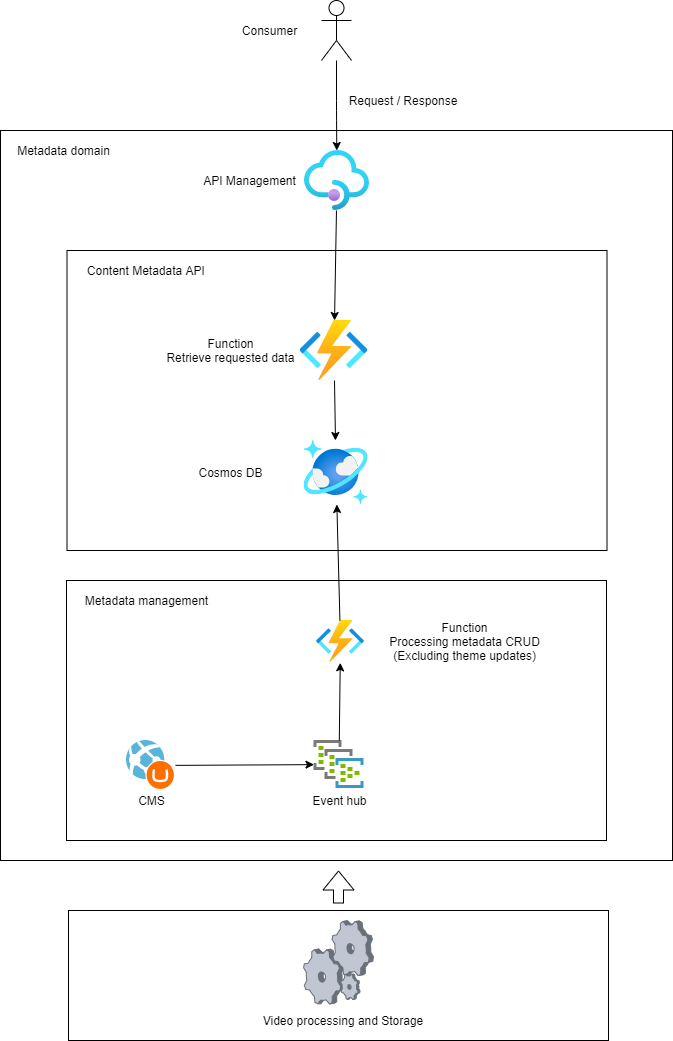
Earlier version of the draw.io export img/Architecture.png (mkyukov/content-metadata-api). Source tidied: cells renumbered, new cells last; positions are measured from the earlier drawing's top-left corner, leaving out a move shared by most shapes. The source it was exported from:
```xml
<mxGraphModel background="#FFFFFF">
  <root>
    <mxCell id="0" />
    <mxCell id="1" parent="0" />
    <mxCell id="2" style="rounded=0;whiteSpace=wrap;html=1;" parent="1" vertex="1">
      <mxGeometry y="130" width="672" height="730" as="geometry" />
    </mxCell>
    <mxCell id="3" style="rounded=0;whiteSpace=wrap;html=1;" parent="1" vertex="1">
      <mxGeometry x="66" y="580" width="540" height="260" as="geometry" />
    </mxCell>
    <mxCell id="4" style="rounded=0;whiteSpace=wrap;html=1;" parent="1" vertex="1">
      <mxGeometry x="66.5" y="250" width="540" height="300" as="geometry" />
    </mxCell>
    <mxCell id="5" style="endArrow=classic;html=1;" parent="1" edge="1" source="28" target="34">
      <mxGeometry relative="1" as="geometry" />
    </mxCell>
    <mxCell id="6" style="endArrow=classic;html=1;" parent="1" edge="1" source="34" target="31">
      <mxGeometry relative="1" as="geometry" />
    </mxCell>
    <mxCell id="7" style="shape=umlActor;verticalLabelPosition=bottom;verticalAlign=top;html=1;outlineConnect=0;" parent="1" vertex="1">
      <mxGeometry x="321" width="30" height="60" as="geometry" />
    </mxCell>
    <mxCell id="8" style="endArrow=classic;html=1;" parent="1" edge="1" source="7" target="28">
      <mxGeometry relative="1" as="geometry">
        <Array as="points">
          <mxPoint x="336" y="110" />
        </Array>
      </mxGeometry>
    </mxCell>
    <mxCell id="9" value="Request / Response" style="text;html=1;strokeColor=none;fillColor=none;align=center;verticalAlign=middle;whiteSpace=wrap;rounded=0;" parent="1" vertex="1">
      <mxGeometry x="343" y="90" width="120" height="20" as="geometry" />
    </mxCell>
    <mxCell id="10" value="Content Metadata API&amp;nbsp;" style="text;html=1;align=center;verticalAlign=middle;strokeColor=none;" parent="1" vertex="1">
      <mxGeometry x="76.5" y="260" width="140" height="20" as="geometry" />
    </mxCell>
    <mxCell id="11" value="Consumer" style="text;html=1;align=center;verticalAlign=middle;strokeColor=none;" parent="1" vertex="1">
      <mxGeometry x="233.5" y="20" width="70" height="20" as="geometry" />
    </mxCell>
    <mxCell id="12" style="group;" parent="1" vertex="1">
      <mxGeometry x="303.5" y="740" width="70" height="70" as="geometry" />
    </mxCell>
    <mxCell id="13" style="group;" parent="12" vertex="1">
      <mxGeometry width="70" height="70" as="geometry" />
    </mxCell>
    <mxCell id="14" value="Event hub" style="text;html=1;align=center;verticalAlign=middle;strokeColor=none;" parent="13" vertex="1">
      <mxGeometry y="50" width="70" height="20" as="geometry" />
    </mxCell>
    <mxCell id="15" style="html=1;points=[];align=center;image;fontSize=12;image=img/lib/mscae/Dedicated_Event_Hub.svg;" parent="13" vertex="1">
      <mxGeometry x="10" width="50" height="48" as="geometry" />
    </mxCell>
    <mxCell id="16" style="group;" parent="1" vertex="1">
      <mxGeometry x="126" y="740" width="49" height="70" as="geometry" />
    </mxCell>
    <mxCell id="17" style="group;" parent="16" vertex="1">
      <mxGeometry width="49" height="70" as="geometry" />
    </mxCell>
    <mxCell id="18" value="CMS" style="text;html=1;align=center;verticalAlign=middle;strokeColor=none;" parent="17" vertex="1">
      <mxGeometry x="4.5" y="50" width="40" height="20" as="geometry" />
    </mxCell>
    <mxCell id="19" style="html=1;points=[];align=center;image;fontSize=12;image=img/lib/mscae/WebAppUmbraco.svg;" parent="16" vertex="1">
      <mxGeometry width="49" height="50" as="geometry" />
    </mxCell>
    <mxCell id="20" style="endArrow=classic;html=1;" parent="1" edge="1" source="19" target="15">
      <mxGeometry relative="1" as="geometry" />
    </mxCell>
    <mxCell id="21" style="group;" parent="1" vertex="1">
      <mxGeometry x="316" y="620" width="237.5" height="46.2" as="geometry" />
    </mxCell>
    <mxCell id="22" value="Function&lt;br&gt;Processing metadata CRUD&lt;br&gt;(Excluding theme updates)" style="text;html=1;align=center;verticalAlign=middle;strokeColor=none;" parent="21" vertex="1">
      <mxGeometry x="62.5" y="-3.8" width="170" height="50" as="geometry" />
    </mxCell>
    <mxCell id="23" style="html=1;points=[];align=center;image;fontSize=12;image=img/lib/azure2/compute/Function_Apps.svg;" parent="21" vertex="1">
      <mxGeometry width="48" height="42.4" as="geometry" />
    </mxCell>
    <mxCell id="24" style="endArrow=classic;html=1;" parent="1" edge="1" source="15" target="23">
      <mxGeometry relative="1" as="geometry" />
    </mxCell>
    <mxCell id="25" style="endArrow=classic;html=1;" parent="1" edge="1" source="23" target="31">
      <mxGeometry relative="1" as="geometry" />
    </mxCell>
    <mxCell id="26" value="Metadata management" style="text;html=1;align=center;verticalAlign=middle;strokeColor=none;" parent="1" vertex="1">
      <mxGeometry x="76" y="590" width="140" height="20" as="geometry" />
    </mxCell>
    <mxCell id="27" style="group;" parent="1" vertex="1">
      <mxGeometry x="193.5" y="150" width="175.5" height="60" as="geometry" />
    </mxCell>
    <mxCell id="28" style="html=1;points=[];align=center;image;fontSize=12;image=img/lib/azure2/integration/API_Management_Services.svg;" parent="27" vertex="1">
      <mxGeometry x="110.5" width="65" height="60" as="geometry" />
    </mxCell>
    <mxCell id="29" value="API Management&lt;br&gt;" style="text;html=1;align=center;verticalAlign=middle;strokeColor=none;" parent="27" vertex="1">
      <mxGeometry y="20" width="110" height="20" as="geometry" />
    </mxCell>
    <mxCell id="30" style="group;" parent="1" vertex="1">
      <mxGeometry x="189.5" y="440" width="178" height="64" as="geometry" />
    </mxCell>
    <mxCell id="31" style="html=1;points=[];align=center;image;fontSize=12;image=img/lib/azure2/databases/Azure_Cosmos_DB.svg;" parent="30" vertex="1">
      <mxGeometry x="114" width="64" height="64" as="geometry" />
    </mxCell>
    <mxCell id="32" value="Cosmos DB" style="text;html=1;align=center;verticalAlign=middle;strokeColor=none;" parent="30" vertex="1">
      <mxGeometry y="22" width="80" height="20" as="geometry" />
    </mxCell>
    <mxCell id="33" style="group;" parent="1" vertex="1">
      <mxGeometry x="159.5" y="320" width="208" height="60" as="geometry" />
    </mxCell>
    <mxCell id="34" style="html=1;points=[];align=center;image;fontSize=12;image=img/lib/azure2/compute/Function_Apps.svg;" parent="33" vertex="1">
      <mxGeometry x="140" width="68" height="60" as="geometry" />
    </mxCell>
    <mxCell id="35" value="Function&lt;br&gt;Retrieve requested data" style="text;html=1;align=center;verticalAlign=middle;strokeColor=none;" parent="33" vertex="1">
      <mxGeometry y="15" width="140" height="30" as="geometry" />
    </mxCell>
    <mxCell id="36" style="group;" parent="1" vertex="1">
      <mxGeometry x="68" y="910" width="540" height="130" as="geometry" />
    </mxCell>
    <mxCell id="37" style="rounded=0;whiteSpace=wrap;html=1;" parent="36" vertex="1">
      <mxGeometry width="540" height="130" as="geometry" />
    </mxCell>
    <mxCell id="38" value="Video processing and Storage" style="text;html=1;strokeColor=none;fillColor=none;align=center;verticalAlign=middle;whiteSpace=wrap;rounded=0;" parent="36" vertex="1">
      <mxGeometry x="175" y="100" width="200" height="20" as="geometry" />
    </mxCell>
    <mxCell id="39" style="verticalLabelPosition=bottom;html=1;verticalAlign=top;strokeColor=none;align=center;shape=mxgraph.citrix.process;" parent="36" vertex="1">
      <mxGeometry x="235" y="10" width="70" height="83.5" as="geometry" />
    </mxCell>
    <mxCell id="40" style="shape=flexArrow;endArrow=classic;html=1;" parent="1" edge="1">
      <mxGeometry relative="1" as="geometry">
        <mxPoint x="338" y="903" as="sourcePoint" />
        <mxPoint x="338" y="870" as="targetPoint" />
      </mxGeometry>
    </mxCell>
    <mxCell id="41" value="Metadata domain" style="text;html=1;align=center;verticalAlign=middle;strokeColor=none;" parent="1" vertex="1">
      <mxGeometry x="8" y="140" width="110" height="20" as="geometry" />
    </mxCell>
  </root>
</mxGraphModel>
```
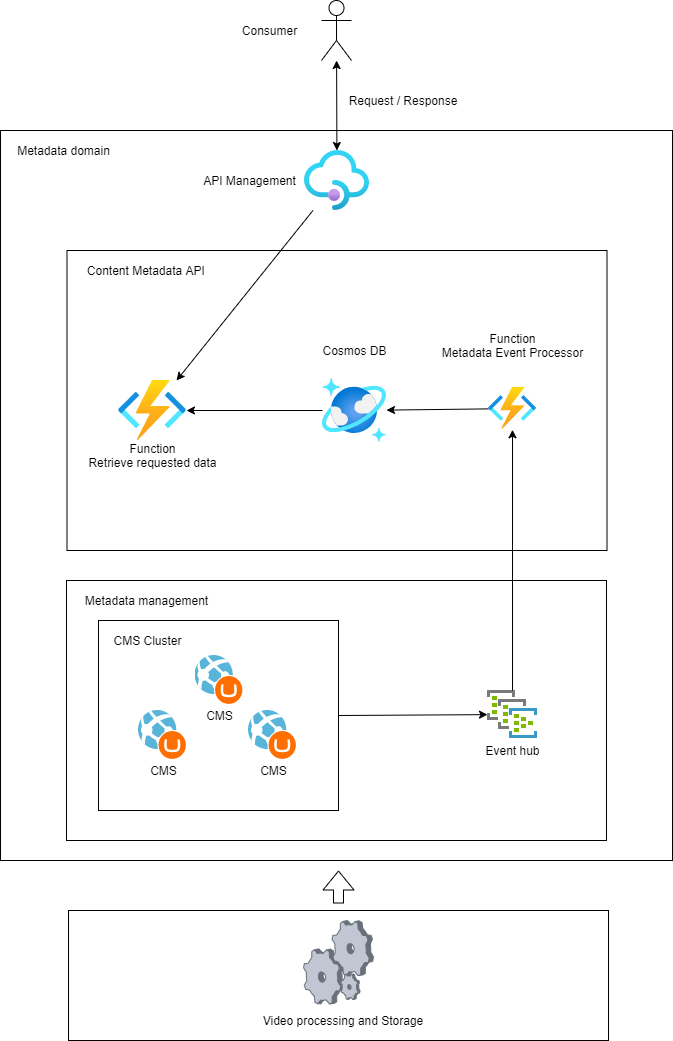
Later version of the same file.

The edit, as a diff of the source:
```diff
@@ -14,19 +14,9 @@
     <mxCell id="5" style="endArrow=classic;html=1;" parent="1" edge="1" source="28" target="34">
       <mxGeometry relative="1" as="geometry" />
     </mxCell>
-    <mxCell id="6" style="endArrow=classic;html=1;" parent="1" edge="1" source="34" target="31">
-      <mxGeometry relative="1" as="geometry" />
-    </mxCell>
     <mxCell id="7" style="shape=umlActor;verticalLabelPosition=bottom;verticalAlign=top;html=1;outlineConnect=0;" parent="1" vertex="1">
       <mxGeometry x="321" width="30" height="60" as="geometry" />
     </mxCell>
-    <mxCell id="8" style="endArrow=classic;html=1;" parent="1" edge="1" source="7" target="28">
-      <mxGeometry relative="1" as="geometry">
-        <Array as="points">
-          <mxPoint x="336" y="110" />
-        </Array>
-      </mxGeometry>
-    </mxCell>
     <mxCell id="9" value="Request / Response" style="text;html=1;strokeColor=none;fillColor=none;align=center;verticalAlign=middle;whiteSpace=wrap;rounded=0;" parent="1" vertex="1">
       <mxGeometry x="343" y="90" width="120" height="20" as="geometry" />
     </mxCell>
@@ -37,7 +27,7 @@
       <mxGeometry x="233.5" y="20" width="70" height="20" as="geometry" />
     </mxCell>
     <mxCell id="12" style="group;" parent="1" vertex="1">
-      <mxGeometry x="303.5" y="740" width="70" height="70" as="geometry" />
+      <mxGeometry x="477" y="690" width="70" height="70" as="geometry" />
     </mxCell>
     <mxCell id="13" style="group;" parent="12" vertex="1">
       <mxGeometry width="70" height="70" as="geometry" />
@@ -48,30 +38,6 @@
     <mxCell id="15" style="html=1;points=[];align=center;image;fontSize=12;image=img/lib/mscae/Dedicated_Event_Hub.svg;" parent="13" vertex="1">
       <mxGeometry x="10" width="50" height="48" as="geometry" />
     </mxCell>
-    <mxCell id="16" style="group;" parent="1" vertex="1">
-      <mxGeometry x="126" y="740" width="49" height="70" as="geometry" />
-    </mxCell>
-    <mxCell id="17" style="group;" parent="16" vertex="1">
-      <mxGeometry width="49" height="70" as="geometry" />
-    </mxCell>
-    <mxCell id="18" value="CMS" style="text;html=1;align=center;verticalAlign=middle;strokeColor=none;" parent="17" vertex="1">
-      <mxGeometry x="4.5" y="50" width="40" height="20" as="geometry" />
-    </mxCell>
-    <mxCell id="19" style="html=1;points=[];align=center;image;fontSize=12;image=img/lib/mscae/WebAppUmbraco.svg;" parent="16" vertex="1">
-      <mxGeometry width="49" height="50" as="geometry" />
-    </mxCell>
-    <mxCell id="20" style="endArrow=classic;html=1;" parent="1" edge="1" source="19" target="15">
-      <mxGeometry relative="1" as="geometry" />
-    </mxCell>
-    <mxCell id="21" style="group;" parent="1" vertex="1">
-      <mxGeometry x="316" y="620" width="237.5" height="46.2" as="geometry" />
-    </mxCell>
-    <mxCell id="22" value="Function&lt;br&gt;Processing metadata CRUD&lt;br&gt;(Excluding theme updates)" style="text;html=1;align=center;verticalAlign=middle;strokeColor=none;" parent="21" vertex="1">
-      <mxGeometry x="62.5" y="-3.8" width="170" height="50" as="geometry" />
-    </mxCell>
-    <mxCell id="23" style="html=1;points=[];align=center;image;fontSize=12;image=img/lib/azure2/compute/Function_Apps.svg;" parent="21" vertex="1">
-      <mxGeometry width="48" height="42.4" as="geometry" />
-    </mxCell>
     <mxCell id="24" style="endArrow=classic;html=1;" parent="1" edge="1" source="15" target="23">
       <mxGeometry relative="1" as="geometry" />
     </mxCell>
@@ -90,24 +56,6 @@
     <mxCell id="29" value="API Management&lt;br&gt;" style="text;html=1;align=center;verticalAlign=middle;strokeColor=none;" parent="27" vertex="1">
       <mxGeometry y="20" width="110" height="20" as="geometry" />
     </mxCell>
-    <mxCell id="30" style="group;" parent="1" vertex="1">
-      <mxGeometry x="189.5" y="440" width="178" height="64" as="geometry" />
-    </mxCell>
-    <mxCell id="31" style="html=1;points=[];align=center;image;fontSize=12;image=img/lib/azure2/databases/Azure_Cosmos_DB.svg;" parent="30" vertex="1">
-      <mxGeometry x="114" width="64" height="64" as="geometry" />
-    </mxCell>
-    <mxCell id="32" value="Cosmos DB" style="text;html=1;align=center;verticalAlign=middle;strokeColor=none;" parent="30" vertex="1">
-      <mxGeometry y="22" width="80" height="20" as="geometry" />
-    </mxCell>
-    <mxCell id="33" style="group;" parent="1" vertex="1">
-      <mxGeometry x="159.5" y="320" width="208" height="60" as="geometry" />
-    </mxCell>
-    <mxCell id="34" style="html=1;points=[];align=center;image;fontSize=12;image=img/lib/azure2/compute/Function_Apps.svg;" parent="33" vertex="1">
-      <mxGeometry x="140" width="68" height="60" as="geometry" />
-    </mxCell>
-    <mxCell id="35" value="Function&lt;br&gt;Retrieve requested data" style="text;html=1;align=center;verticalAlign=middle;strokeColor=none;" parent="33" vertex="1">
-      <mxGeometry y="15" width="140" height="30" as="geometry" />
-    </mxCell>
     <mxCell id="36" style="group;" parent="1" vertex="1">
       <mxGeometry x="68" y="910" width="540" height="130" as="geometry" />
     </mxCell>
@@ -129,5 +77,77 @@
     <mxCell id="41" value="Metadata domain" style="text;html=1;align=center;verticalAlign=middle;strokeColor=none;" parent="1" vertex="1">
       <mxGeometry x="8" y="140" width="110" height="20" as="geometry" />
     </mxCell>
+    <mxCell id="42" style="endArrow=classic;startArrow=classic;html=1;" parent="1" edge="1" source="28" target="7">
+      <mxGeometry relative="1" as="geometry" />
+    </mxCell>
+    <mxCell id="22" value="Function&lt;br&gt;Metadata Event Processor&lt;br&gt;" style="text;html=1;align=center;verticalAlign=middle;strokeColor=none;" parent="1" vertex="1">
+      <mxGeometry x="432" y="330" width="160" height="30" as="geometry" />
+    </mxCell>
+    <mxCell id="23" style="html=1;points=[];align=center;image;fontSize=12;image=img/lib/azure2/compute/Function_Apps.svg;" parent="1" vertex="1">
+      <mxGeometry x="488" y="386.9" width="48" height="42.4" as="geometry" />
+    </mxCell>
+    <mxCell id="31" style="html=1;points=[];align=center;image;fontSize=12;image=img/lib/azure2/databases/Azure_Cosmos_DB.svg;" parent="1" vertex="1">
+      <mxGeometry x="322" y="378" width="64" height="64" as="geometry" />
+    </mxCell>
+    <mxCell id="32" value="Cosmos DB" style="text;html=1;align=center;verticalAlign=middle;strokeColor=none;" parent="1" vertex="1">
+      <mxGeometry x="314" y="340" width="80" height="20" as="geometry" />
+    </mxCell>
+    <mxCell id="34" style="html=1;points=[];align=center;image;fontSize=12;image=img/lib/azure2/compute/Function_Apps.svg;" parent="1" vertex="1">
+      <mxGeometry x="118" y="380" width="68" height="60" as="geometry" />
+    </mxCell>
+    <mxCell id="35" value="Function&lt;br&gt;Retrieve requested data" style="text;html=1;align=center;verticalAlign=middle;strokeColor=none;" parent="1" vertex="1">
+      <mxGeometry x="82" y="440" width="140" height="30" as="geometry" />
+    </mxCell>
+    <mxCell id="43" style="group;" parent="1" vertex="1">
+      <mxGeometry x="98" y="620" width="240" height="190" as="geometry" />
+    </mxCell>
+    <mxCell id="44" style="rounded=0;whiteSpace=wrap;html=1;" parent="43" vertex="1">
+      <mxGeometry width="240" height="190" as="geometry" />
+    </mxCell>
+    <mxCell id="45" style="group;" parent="43" vertex="1">
+      <mxGeometry x="40" y="90" width="49" height="70" as="geometry" />
+    </mxCell>
+    <mxCell id="46" style="group;" parent="45" vertex="1">
+      <mxGeometry width="49" height="70" as="geometry" />
+    </mxCell>
+    <mxCell id="47" value="CMS" style="text;html=1;align=center;verticalAlign=middle;strokeColor=none;" parent="46" vertex="1">
+      <mxGeometry x="4.5" y="50" width="40" height="20" as="geometry" />
+    </mxCell>
+    <mxCell id="48" style="html=1;align=center;image;fontSize=12;image=img/lib/mscae/WebAppUmbraco.svg;" parent="45" vertex="1">
+      <mxGeometry width="49" height="50" as="geometry" />
+    </mxCell>
+    <mxCell id="49" style="group;" parent="43" vertex="1">
+      <mxGeometry x="150" y="90" width="49" height="70" as="geometry" />
+    </mxCell>
+    <mxCell id="50" style="group;" parent="49" vertex="1">
+      <mxGeometry width="49" height="70" as="geometry" />
+    </mxCell>
+    <mxCell id="51" value="CMS" style="text;html=1;align=center;verticalAlign=middle;strokeColor=none;" parent="50" vertex="1">
+      <mxGeometry x="4.5" y="50" width="40" height="20" as="geometry" />
+    </mxCell>
+    <mxCell id="52" style="html=1;align=center;image;fontSize=12;image=img/lib/mscae/WebAppUmbraco.svg;" parent="49" vertex="1">
+      <mxGeometry width="49" height="50" as="geometry" />
+    </mxCell>
+    <mxCell id="16" style="group;" parent="43" vertex="1">
+      <mxGeometry x="96.5" y="35" width="68" height="70" as="geometry" />
+    </mxCell>
+    <mxCell id="17" style="group;" parent="16" vertex="1">
+      <mxGeometry width="68" height="70" as="geometry" />
+    </mxCell>
+    <mxCell id="18" value="CMS" style="text;html=1;align=center;verticalAlign=middle;strokeColor=none;" parent="17" vertex="1">
+      <mxGeometry x="4.5" y="50" width="40" height="20" as="geometry" />
+    </mxCell>
+    <mxCell id="19" style="html=1;points=[];align=center;image;fontSize=12;image=img/lib/mscae/WebAppUmbraco.svg;" parent="16" vertex="1">
+      <mxGeometry width="49" height="50" as="geometry" />
+    </mxCell>
+    <mxCell id="53" value="CMS Cluster" style="text;html=1;align=center;verticalAlign=middle;strokeColor=none;" parent="1" vertex="1">
+      <mxGeometry x="106.5" y="630" width="80" height="20" as="geometry" />
+    </mxCell>
+    <mxCell id="54" style="endArrow=classic;html=1;" parent="1" edge="1" source="31" target="34">
+      <mxGeometry relative="1" as="geometry" />
+    </mxCell>
+    <mxCell id="55" style="endArrow=classic;html=1;exitX=1;exitY=0.5;exitDx=0;exitDy=0;" parent="1" edge="1" source="44" target="15">
+      <mxGeometry relative="1" as="geometry" />
+    </mxCell>
   </root>
 </mxGraphModel>
```
